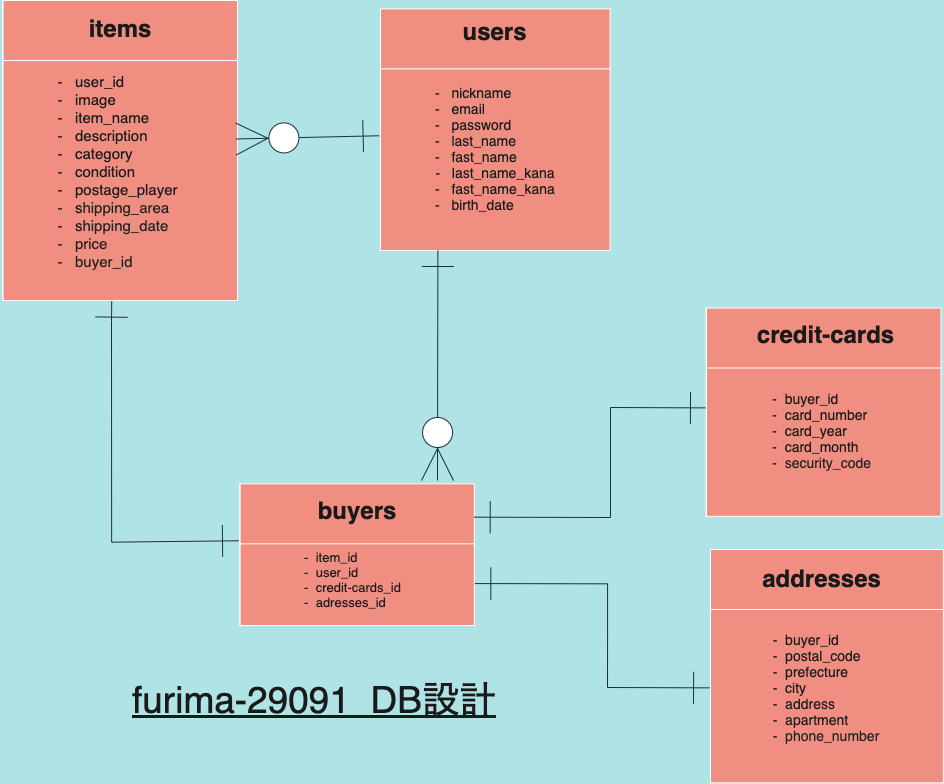
This is ER図.dio.png from yukikokisa/furima-29091, a draw.io export, as it was before one commit. Source tidied: cells renumbered, new cells last; positions are measured from the earlier drawing's top-left corner, leaving out a move shared by most shapes.
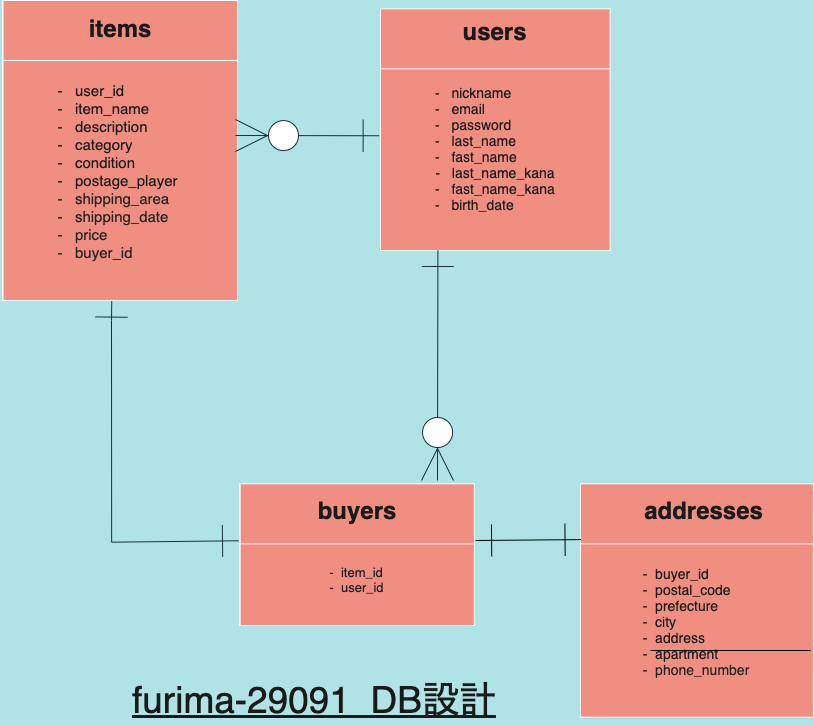
The same file after the commit.

Commit message:
テーブル設計／修正

Diff of the diagram source:
```diff
@@ -29,7 +29,7 @@
     <mxCell id="10" value="items" style="text;html=1;strokeColor=none;fillColor=none;align=center;verticalAlign=middle;whiteSpace=wrap;rounded=0;fontSize=24;fontStyle=1;fontColor=#1A1A1A;" parent="8" vertex="1">
       <mxGeometry x="100.9" y="17.1" width="37.6" height="21.4" as="geometry" />
     </mxCell>
-    <mxCell id="11" value="&lt;div style=&quot;text-align: left ; font-size: 15px&quot;&gt;&lt;font style=&quot;font-size: 15px&quot;&gt;-&amp;nbsp; &amp;nbsp;user_id&lt;/font&gt;&lt;/div&gt;&lt;div style=&quot;text-align: left ; font-size: 15px&quot;&gt;&lt;span style=&quot;font-size: 15px&quot;&gt;&lt;font style=&quot;font-size: 15px&quot;&gt;-&amp;nbsp; &amp;nbsp;image&lt;/font&gt;&lt;/span&gt;&lt;/div&gt;&lt;div style=&quot;text-align: left ; font-size: 15px&quot;&gt;&lt;span style=&quot;font-size: 15px&quot;&gt;&lt;font style=&quot;font-size: 15px&quot;&gt;-&amp;nbsp; &amp;nbsp;item_name&lt;/font&gt;&lt;/span&gt;&lt;/div&gt;&lt;div style=&quot;font-size: 15px&quot;&gt;&lt;div style=&quot;text-align: left ; font-size: 15px&quot;&gt;&lt;font style=&quot;font-size: 15px&quot;&gt;-&amp;nbsp; &amp;nbsp;description&lt;/font&gt;&lt;/div&gt;&lt;/div&gt;&lt;div style=&quot;text-align: left ; font-size: 15px&quot;&gt;&lt;font style=&quot;font-size: 15px&quot;&gt;-&amp;nbsp; &amp;nbsp;category&lt;/font&gt;&lt;/div&gt;&lt;div style=&quot;text-align: left ; font-size: 15px&quot;&gt;&lt;font style=&quot;font-size: 15px&quot;&gt;-&amp;nbsp; &amp;nbsp;condition&lt;br style=&quot;font-size: 15px&quot;&gt;&lt;/font&gt;&lt;/div&gt;&lt;div style=&quot;font-size: 15px&quot;&gt;&lt;div style=&quot;text-align: left ; font-size: 15px&quot;&gt;&lt;font style=&quot;font-size: 15px&quot;&gt;-&amp;nbsp; &amp;nbsp;postage_player&lt;/font&gt;&lt;/div&gt;&lt;div style=&quot;text-align: left ; font-size: 15px&quot;&gt;&lt;font style=&quot;font-size: 15px&quot;&gt;-&amp;nbsp; &amp;nbsp;s&lt;span style=&quot;color: rgb(34 , 34 , 34) ; font-family: inherit ; font-size: 15px&quot;&gt;&lt;font style=&quot;font-size: 15px&quot;&gt;hipping_area&lt;/font&gt;&lt;/span&gt;&lt;/font&gt;&lt;/div&gt;&lt;div style=&quot;text-align: left ; font-size: 15px&quot;&gt;&lt;font style=&quot;font-size: 15px&quot;&gt;&lt;span style=&quot;font-size: 15px&quot;&gt;-&amp;nbsp; &amp;nbsp;&lt;/span&gt;&lt;span style=&quot;font-size: 15px&quot;&gt;s&lt;/span&gt;&lt;span style=&quot;font-family: inherit ; color: rgb(34 , 34 , 34) ; font-size: 15px&quot;&gt;hipping_date&lt;/span&gt;&lt;/font&gt;&lt;/div&gt;&lt;/div&gt;&lt;div style=&quot;text-align: left ; font-size: 15px&quot;&gt;&lt;font color=&quot;#222222&quot; style=&quot;font-size: 15px&quot;&gt;-&amp;nbsp; &amp;nbsp;price&lt;/font&gt;&lt;/div&gt;&lt;div style=&quot;text-align: left ; font-size: 15px&quot;&gt;&lt;font color=&quot;#222222&quot;&gt;-&amp;nbsp; &amp;nbsp;buyer_id&lt;/font&gt;&lt;/div&gt;" style="text;html=1;strokeColor=none;fillColor=none;align=center;verticalAlign=middle;whiteSpace=wrap;rounded=0;sketch=0;fontSize=15;fontColor=#1A1A1A;" parent="8" vertex="1">
+    <mxCell id="11" value="&lt;div style=&quot;text-align: left ; font-size: 15px&quot;&gt;&lt;font style=&quot;font-size: 15px&quot;&gt;-&amp;nbsp; &amp;nbsp;user_id&lt;/font&gt;&lt;/div&gt;&lt;div style=&quot;text-align: left ; font-size: 15px&quot;&gt;&lt;span style=&quot;font-size: 15px&quot;&gt;&lt;font style=&quot;font-size: 15px&quot;&gt;-&amp;nbsp; &amp;nbsp;item_name&lt;/font&gt;&lt;/span&gt;&lt;/div&gt;&lt;div style=&quot;font-size: 15px&quot;&gt;&lt;div style=&quot;text-align: left ; font-size: 15px&quot;&gt;&lt;font style=&quot;font-size: 15px&quot;&gt;-&amp;nbsp; &amp;nbsp;description&lt;/font&gt;&lt;/div&gt;&lt;/div&gt;&lt;div style=&quot;text-align: left ; font-size: 15px&quot;&gt;&lt;font style=&quot;font-size: 15px&quot;&gt;-&amp;nbsp; &amp;nbsp;category&lt;/font&gt;&lt;/div&gt;&lt;div style=&quot;text-align: left ; font-size: 15px&quot;&gt;&lt;font style=&quot;font-size: 15px&quot;&gt;-&amp;nbsp; &amp;nbsp;condition&lt;br style=&quot;font-size: 15px&quot;&gt;&lt;/font&gt;&lt;/div&gt;&lt;div style=&quot;font-size: 15px&quot;&gt;&lt;div style=&quot;text-align: left ; font-size: 15px&quot;&gt;&lt;font style=&quot;font-size: 15px&quot;&gt;-&amp;nbsp; &amp;nbsp;postage_player&lt;/font&gt;&lt;/div&gt;&lt;div style=&quot;text-align: left ; font-size: 15px&quot;&gt;&lt;font style=&quot;font-size: 15px&quot;&gt;-&amp;nbsp; &amp;nbsp;s&lt;span style=&quot;color: rgb(34 , 34 , 34) ; font-family: inherit ; font-size: 15px&quot;&gt;&lt;font style=&quot;font-size: 15px&quot;&gt;hipping_area&lt;/font&gt;&lt;/span&gt;&lt;/font&gt;&lt;/div&gt;&lt;div style=&quot;text-align: left ; font-size: 15px&quot;&gt;&lt;font style=&quot;font-size: 15px&quot;&gt;&lt;span style=&quot;font-size: 15px&quot;&gt;-&amp;nbsp; &amp;nbsp;&lt;/span&gt;&lt;span style=&quot;font-size: 15px&quot;&gt;s&lt;/span&gt;&lt;span style=&quot;font-family: inherit ; color: rgb(34 , 34 , 34) ; font-size: 15px&quot;&gt;hipping_date&lt;/span&gt;&lt;/font&gt;&lt;/div&gt;&lt;/div&gt;&lt;div style=&quot;text-align: left ; font-size: 15px&quot;&gt;&lt;font color=&quot;#222222&quot; style=&quot;font-size: 15px&quot;&gt;-&amp;nbsp; &amp;nbsp;price&lt;/font&gt;&lt;/div&gt;&lt;div style=&quot;text-align: left ; font-size: 15px&quot;&gt;&lt;font color=&quot;#222222&quot;&gt;-&amp;nbsp; &amp;nbsp;buyer_id&lt;/font&gt;&lt;/div&gt;" style="text;html=1;strokeColor=none;fillColor=none;align=center;verticalAlign=middle;whiteSpace=wrap;rounded=0;sketch=0;fontSize=15;fontColor=#1A1A1A;" parent="8" vertex="1">
       <mxGeometry y="90.9" width="234.7" height="160.7" as="geometry" />
     </mxCell>
     <mxCell id="12" style="endArrow=ERone;html=1;rounded=0;strokeColor=#182E3E;strokeWidth=1;fontSize=49;fontColor=#1A1A1A;startArrow=ERone;startFill=0;endFill=0;endSize=30;startSize=30;entryX=-0.006;entryY=0.402;entryDx=0;entryDy=0;entryPerimeter=0;exitX=0.464;exitY=1.002;exitDx=0;exitDy=0;exitPerimeter=0;" parent="1" edge="1" source="9" target="14">
@@ -49,58 +49,42 @@
     <mxCell id="15" value="buyers" style="text;html=1;strokeColor=none;fillColor=none;align=center;verticalAlign=middle;whiteSpace=wrap;rounded=0;fontSize=24;fontStyle=1;fontColor=#1A1A1A;" parent="13" vertex="1">
       <mxGeometry x="99.2" y="16.7" width="36.1" height="19.6" as="geometry" />
     </mxCell>
-    <mxCell id="16" value="&lt;div style=&quot;text-align: left&quot;&gt;&lt;span&gt;-&amp;nbsp; item_id&lt;/span&gt;&lt;/div&gt;&lt;div style=&quot;text-align: left&quot;&gt;&lt;span&gt;-&amp;nbsp; user_id&lt;/span&gt;&lt;/div&gt;&lt;div style=&quot;text-align: left&quot;&gt;&lt;span&gt;-&amp;nbsp; credit-cards_id&lt;/span&gt;&lt;/div&gt;&lt;div style=&quot;text-align: left&quot;&gt;&lt;span&gt;-&amp;nbsp; adresses_id&lt;/span&gt;&lt;/div&gt;" style="text;html=1;strokeColor=none;fillColor=none;align=center;verticalAlign=middle;whiteSpace=wrap;rounded=0;sketch=0;fontSize=13;fontColor=#1A1A1A;" parent="13" vertex="1">
-      <mxGeometry x="8.9" y="41.7" width="209.4" height="108.3" as="geometry" />
+    <mxCell id="16" value="&lt;div style=&quot;text-align: left&quot;&gt;&lt;span&gt;-&amp;nbsp; item_id&lt;/span&gt;&lt;/div&gt;&lt;div style=&quot;text-align: left&quot;&gt;&lt;span&gt;-&amp;nbsp; user_id&lt;/span&gt;&lt;/div&gt;" style="text;html=1;strokeColor=none;fillColor=none;align=center;verticalAlign=middle;whiteSpace=wrap;rounded=0;sketch=0;fontSize=13;fontColor=#1A1A1A;" parent="13" vertex="1">
+      <mxGeometry x="12.5" y="41.7" width="209.4" height="108.3" as="geometry" />
     </mxCell>
     <mxCell id="17" style="endArrow=ERzeroToMany;html=1;rounded=0;strokeColor=#182E3E;strokeWidth=1;fontSize=49;fontColor=#1A1A1A;startArrow=ERone;startFill=0;endFill=1;endSize=30;startSize=30;exitX=0.25;exitY=1;exitDx=0;exitDy=0;" parent="1" edge="1" source="5">
       <mxGeometry relative="1" as="geometry">
         <mxPoint x="437" y="480" as="targetPoint" />
       </mxGeometry>
     </mxCell>
-    <mxCell id="18" style="endArrow=ERone;html=1;rounded=0;strokeColor=#182E3E;strokeWidth=1;fontSize=49;fontColor=#1A1A1A;startArrow=ERzeroToMany;startFill=1;endSize=30;targetPerimeterSpacing=11;startSize=30;exitX=1.003;exitY=0.296;exitDx=0;exitDy=0;exitPerimeter=0;endFill=0;entryX=-0.006;entryY=0.401;entryDx=0;entryDy=0;entryPerimeter=0;" parent="1" edge="1" source="11" target="6">
-      <mxGeometry relative="1" as="geometry" />
+    <mxCell id="18" style="endArrow=ERone;html=1;rounded=0;strokeColor=#182E3E;strokeWidth=1;fontSize=49;fontColor=#1A1A1A;startArrow=ERzeroToMany;startFill=1;endSize=30;targetPerimeterSpacing=11;startSize=30;endFill=0;entryX=-0.006;entryY=0.401;entryDx=0;entryDy=0;entryPerimeter=0;" parent="1" edge="1" target="6">
+      <mxGeometry relative="1" as="geometry">
+        <mxPoint x="235" y="135" as="sourcePoint" />
+      </mxGeometry>
     </mxCell>
-    <mxCell id="19" style="endArrow=ERone;html=1;rounded=0;strokeColor=#182E3E;strokeWidth=1;fontSize=49;fontColor=#1A1A1A;startArrow=ERone;startFill=0;endFill=0;endSize=30;startSize=30;entryX=-0.009;entryY=0.295;entryDx=0;entryDy=0;entryPerimeter=0;" parent="1" edge="1" target="22">
-      <mxGeometry relative="1" as="geometry">
-        <mxPoint x="473.7" y="516.7" as="sourcePoint" />
-        <Array as="points">
-          <mxPoint x="610" y="517" />
-          <mxPoint x="610" y="407" />
-        </Array>
-      </mxGeometry>
-    </mxCell>
-    <mxCell id="20" style="group;fontColor=#1A1A1A;" parent="1" vertex="1">
-      <mxGeometry x="701.1" y="307.5" width="239.4" height="208.3" as="geometry" />
-    </mxCell>
-    <mxCell id="21" style="shape=internalStorage;whiteSpace=wrap;html=1;backgroundOutline=1;dx=0;dy=60;fillColor=#F08E81;strokeColor=#FFFFFF;fontColor=#1A1A1A;" parent="20" vertex="1">
-      <mxGeometry x="4.7" width="234.7" height="208.3" as="geometry" />
-    </mxCell>
-    <mxCell id="22" value="&lt;div style=&quot;text-align: left ; font-size: 14px&quot;&gt;-&amp;nbsp; buyer_id&lt;/div&gt;&lt;div style=&quot;text-align: left ; font-size: 14px&quot;&gt;-&amp;nbsp; card_number&lt;/div&gt;&lt;div style=&quot;text-align: left ; font-size: 14px&quot;&gt;-&amp;nbsp; card_year&lt;br style=&quot;font-size: 14px&quot;&gt;&lt;/div&gt;&lt;div style=&quot;text-align: left ; font-size: 14px&quot;&gt;-&amp;nbsp; card_month&lt;br style=&quot;font-size: 14px&quot;&gt;&lt;/div&gt;&lt;div style=&quot;text-align: left ; font-size: 14px&quot;&gt;-&amp;nbsp;&amp;nbsp;&lt;span style=&quot;color: rgb(34 , 34 , 34) ; font-family: inherit ; font-size: 14px&quot;&gt;&lt;font style=&quot;font-size: 14px&quot;&gt;security_code&lt;/font&gt;&lt;/span&gt;&lt;span style=&quot;font-size: 14px&quot;&gt;&amp;nbsp;&amp;nbsp;&lt;/span&gt;&lt;/div&gt;" style="text;html=1;strokeColor=none;fillColor=none;align=center;verticalAlign=middle;whiteSpace=wrap;rounded=0;sketch=0;fontSize=14;fontColor=#1A1A1A;" parent="20" vertex="1">
-      <mxGeometry x="7" y="67" width="234.7" height="111.6" as="geometry" />
-    </mxCell>
-    <mxCell id="23" value="credit-cards" style="text;html=1;strokeColor=none;fillColor=none;align=center;verticalAlign=middle;whiteSpace=wrap;rounded=0;fontSize=24;fontStyle=1;fontColor=#1A1A1A;" parent="20" vertex="1">
-      <mxGeometry x="46" width="156.5" height="52.1" as="geometry" />
-    </mxCell>
-    <mxCell id="24" style="endArrow=ERone;html=1;rounded=0;strokeColor=#182E3E;strokeWidth=1;fontSize=49;fontColor=#1A1A1A;startArrow=ERone;startFill=0;endFill=0;endSize=30;startSize=30;entryX=-0.004;entryY=0.593;entryDx=0;entryDy=0;entryPerimeter=0;exitX=1.002;exitY=0.704;exitDx=0;exitDy=0;exitPerimeter=0;" parent="1" edge="1" source="14" target="26">
-      <mxGeometry relative="1" as="geometry">
-        <Array as="points">
-          <mxPoint x="607.1" y="583.3" />
-          <mxPoint x="607.1" y="633.3" />
-          <mxPoint x="607" y="687" />
-        </Array>
-      </mxGeometry>
-    </mxCell>
-    <mxCell id="25" style="group;" parent="1" vertex="1">
-      <mxGeometry x="710" y="549" width="232.9" height="233.3" as="geometry" />
-    </mxCell>
+    <mxCell id="29" style="group;" parent="1" vertex="1">
+      <mxGeometry x="580" y="483.3" width="232.9" height="233.3" as="geometry" />
+    </mxCell>
-    <mxCell id="26" style="shape=internalStorage;whiteSpace=wrap;html=1;backgroundOutline=1;dx=0;dy=60;fillColor=#F08E81;strokeColor=#FFFFFF;fontColor=#1A1A1A;" parent="25" vertex="1">
+    <mxCell id="26" style="shape=internalStorage;whiteSpace=wrap;html=1;backgroundOutline=1;dx=0;dy=60;fillColor=#F08E81;strokeColor=#FFFFFF;fontColor=#1A1A1A;" parent="29" vertex="1">
       <mxGeometry width="232.9" height="233.3" as="geometry" />
     </mxCell>
+    <mxCell id="28" value="addresses" style="text;html=1;strokeColor=none;fillColor=none;align=center;verticalAlign=middle;whiteSpace=wrap;rounded=0;fontSize=24;fontStyle=1;fontColor=#1A1A1A;" parent="29" vertex="1">
+      <mxGeometry x="105" y="16.7" width="37.3" height="19.6" as="geometry" />
+    </mxCell>
-    <mxCell id="27" value="&lt;div style=&quot;text-align: left ; font-size: 14px&quot;&gt;&lt;div style=&quot;font-size: 14px&quot;&gt;-&amp;nbsp; buyer_id&lt;/div&gt;&lt;div style=&quot;font-size: 14px&quot;&gt;-&amp;nbsp; postal_code&lt;/div&gt;&lt;div style=&quot;font-size: 14px&quot;&gt;-&amp;nbsp; prefecture&lt;br style=&quot;font-size: 14px&quot;&gt;&lt;/div&gt;&lt;div style=&quot;font-size: 14px&quot;&gt;-&amp;nbsp; city&lt;br style=&quot;font-size: 14px&quot;&gt;&lt;/div&gt;&lt;div style=&quot;font-size: 14px&quot;&gt;-&amp;nbsp; address&lt;/div&gt;&lt;div style=&quot;font-size: 14px&quot;&gt;-&amp;nbsp; apartment&lt;/div&gt;&lt;div style=&quot;font-size: 14px&quot;&gt;-&amp;nbsp;&amp;nbsp;&lt;span style=&quot;color: rgb(34 , 34 , 34) ; font-family: inherit ; font-size: 14px&quot;&gt;&lt;font style=&quot;font-size: 14px&quot;&gt;phone_number&lt;/font&gt;&lt;/span&gt;&lt;/div&gt;&lt;/div&gt;" style="text;html=1;strokeColor=none;fillColor=none;align=center;verticalAlign=middle;whiteSpace=wrap;rounded=0;sketch=0;fontSize=14;fontColor=#1A1A1A;" parent="25" vertex="1">
+    <mxCell id="27" value="&lt;div style=&quot;text-align: left ; font-size: 14px&quot;&gt;&lt;div style=&quot;font-size: 14px&quot;&gt;-&amp;nbsp; buyer_id&lt;/div&gt;&lt;div style=&quot;font-size: 14px&quot;&gt;-&amp;nbsp; postal_code&lt;/div&gt;&lt;div style=&quot;font-size: 14px&quot;&gt;-&amp;nbsp; prefecture&lt;br style=&quot;font-size: 14px&quot;&gt;&lt;/div&gt;&lt;div style=&quot;font-size: 14px&quot;&gt;-&amp;nbsp; city&lt;br style=&quot;font-size: 14px&quot;&gt;&lt;/div&gt;&lt;div style=&quot;font-size: 14px&quot;&gt;-&amp;nbsp; address&lt;/div&gt;&lt;div style=&quot;font-size: 14px&quot;&gt;-&amp;nbsp; apartment&lt;/div&gt;&lt;div style=&quot;font-size: 14px&quot;&gt;-&amp;nbsp;&amp;nbsp;&lt;span style=&quot;color: rgb(34 , 34 , 34) ; font-family: inherit ; font-size: 14px&quot;&gt;&lt;font style=&quot;font-size: 14px&quot;&gt;phone_number&lt;/font&gt;&lt;/span&gt;&lt;/div&gt;&lt;/div&gt;" style="text;html=1;strokeColor=none;fillColor=none;align=center;verticalAlign=middle;whiteSpace=wrap;rounded=0;sketch=0;fontSize=14;fontColor=#1A1A1A;" parent="29" vertex="1">
       <mxGeometry x="4.1" y="63.8" width="224.1" height="147.3" as="geometry" />
     </mxCell>
-    <mxCell id="28" value="addresses" style="text;html=1;strokeColor=none;fillColor=none;align=center;verticalAlign=middle;whiteSpace=wrap;rounded=0;fontSize=24;fontStyle=1;fontColor=#1A1A1A;" parent="25" vertex="1">
-      <mxGeometry x="93.2" y="19.6" width="37.3" height="19.6" as="geometry" />
-    </mxCell>
+    <mxCell id="30" style="endArrow=none;html=1;rounded=0;" parent="1" edge="1">
+      <mxGeometry relative="1" as="geometry">
+        <mxPoint x="650" y="650" as="sourcePoint" />
+        <mxPoint x="810" y="650" as="targetPoint" />
+      </mxGeometry>
+    </mxCell>
+    <mxCell id="31" style="endArrow=ERone;html=1;rounded=0;startArrow=ERone;startFill=0;endFill=0;exitX=1.001;exitY=0.4;exitDx=0;exitDy=0;exitPerimeter=0;entryX=-0.002;entryY=0.239;entryDx=0;entryDy=0;entryPerimeter=0;endSize=30;startSize=30;" parent="1" edge="1">
+      <mxGeometry relative="1" as="geometry">
+        <mxPoint x="475.1" y="540" as="sourcePoint" />
+        <mxPoint x="580.5" y="539.1" as="targetPoint" />
+      </mxGeometry>
+    </mxCell>
   </root>
 </mxGraphModel>
```
